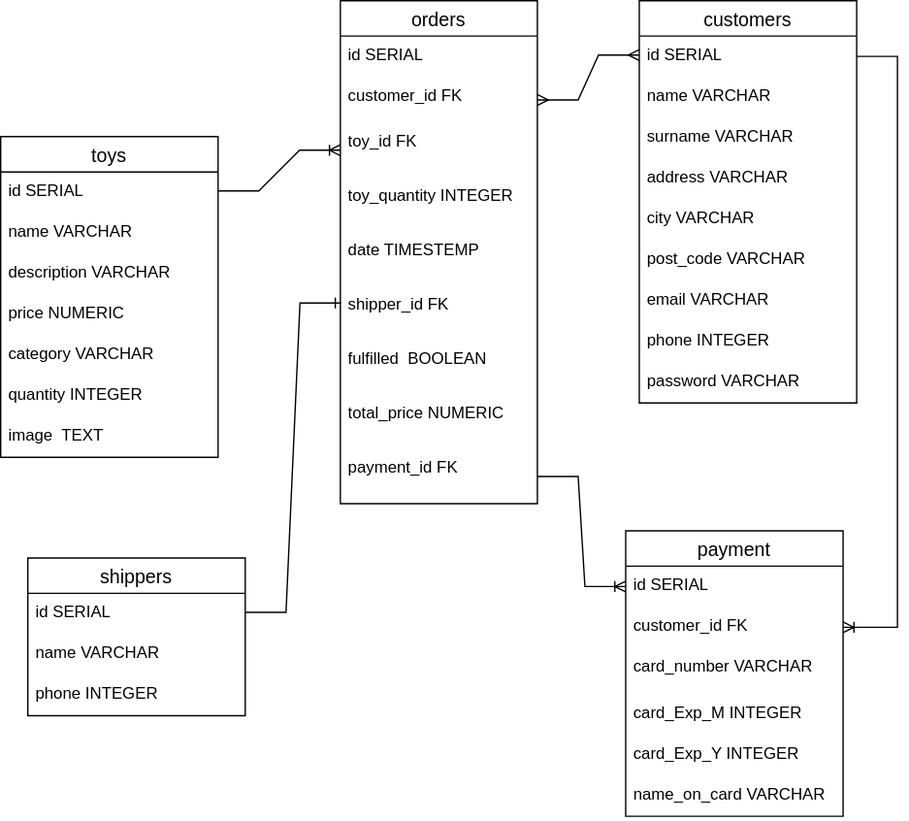
Earlier version of the draw.io export db/db_schema.svg (OlgaNas/e-commerce). Source tidied: cells renumbered, new cells last; positions are measured from the earlier drawing's top-left corner, leaving out a move shared by most shapes.
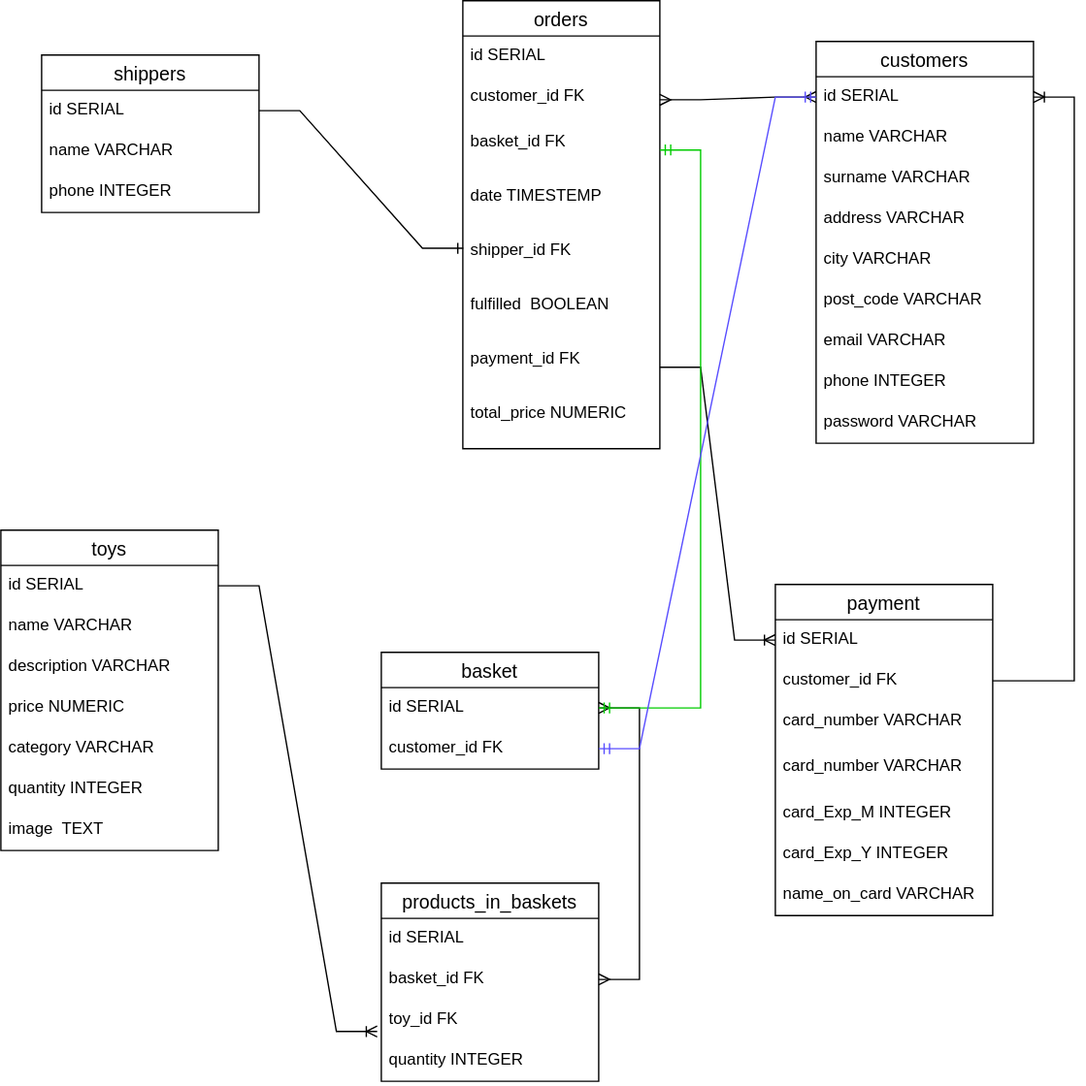
The same file after the commit.

Commit message:
Update db_schema, added controller and routes

The edit, as a diff of the source:
```diff
@@ -3,7 +3,7 @@
     <mxCell id="0" />
     <mxCell id="1" parent="0" />
     <mxCell id="2" value="toys" style="swimlane;fontStyle=0;horizontal=1;startSize=26;align=center;fontSize=14;" parent="1" vertex="1">
-      <mxGeometry y="100" width="160" height="236" as="geometry" />
+      <mxGeometry x="-90" y="390" width="160" height="236" as="geometry" />
     </mxCell>
     <mxCell id="3" value="id SERIAL" style="text;strokeColor=none;fillColor=none;spacingLeft=4;spacingRight=4;overflow=hidden;points=[[0,0.5],[1,0.5]];portConstraint=eastwest;fontSize=12;whiteSpace=wrap;html=1;" parent="2" vertex="1">
       <mxGeometry y="26" width="160" height="30" as="geometry" />
@@ -27,7 +27,7 @@
       <mxGeometry y="206" width="160" height="30" as="geometry" />
     </mxCell>
     <mxCell id="10" value="orders" style="swimlane;fontStyle=0;horizontal=1;startSize=26;align=center;fontSize=14;" parent="1" vertex="1">
-      <mxGeometry x="250" width="145" height="370" as="geometry" />
+      <mxGeometry x="250" width="145" height="330" as="geometry" />
     </mxCell>
     <mxCell id="11" value="id SERIAL" style="text;strokeColor=none;fillColor=none;spacingLeft=4;spacingRight=4;overflow=hidden;fontSize=12;whiteSpace=wrap;html=1;" parent="10" vertex="1">
       <mxGeometry y="26" width="145" height="30" as="geometry" />
@@ -35,40 +35,26 @@
     <mxCell id="12" value="customer_id FK" style="text;strokeColor=none;fillColor=none;spacingLeft=4;spacingRight=4;overflow=hidden;points=[[0,0.5],[1,0.5]];portConstraint=eastwest;fontSize=12;whiteSpace=wrap;html=1;" parent="10" vertex="1">
       <mxGeometry y="56" width="145" height="34" as="geometry" />
     </mxCell>
-    <mxCell id="13" value="toy_id FK" style="text;strokeColor=none;fillColor=none;spacingLeft=4;spacingRight=4;overflow=hidden;points=[[0,0.5],[1,0.5]];portConstraint=eastwest;fontSize=12;whiteSpace=wrap;html=1;" parent="10" vertex="1">
+    <mxCell id="13" value="basket_id FK" style="text;strokeColor=none;fillColor=none;spacingLeft=4;spacingRight=4;overflow=hidden;points=[[0,0.5],[1,0.5]];portConstraint=eastwest;fontSize=12;whiteSpace=wrap;html=1;" parent="10" vertex="1">
       <mxGeometry y="90" width="145" height="40" as="geometry" />
     </mxCell>
-    <mxCell id="14" value="toy_quantity INTEGER" style="text;strokeColor=none;fillColor=none;spacingLeft=4;spacingRight=4;overflow=hidden;fontSize=12;whiteSpace=wrap;html=1;" parent="10" vertex="1">
-      <mxGeometry y="130" width="145" height="40" as="geometry" />
-    </mxCell>
     <mxCell id="15" value="date TIMESTEMP" style="text;strokeColor=none;fillColor=none;spacingLeft=4;spacingRight=4;overflow=hidden;fontSize=12;whiteSpace=wrap;html=1;" parent="10" vertex="1">
-      <mxGeometry y="170" width="145" height="40" as="geometry" />
+      <mxGeometry y="130" width="145" height="40" as="geometry" />
     </mxCell>
     <mxCell id="16" value="shipper_id FK" style="text;strokeColor=none;fillColor=none;spacingLeft=4;spacingRight=4;overflow=hidden;points=[[0,0.5],[1,0.5]];portConstraint=eastwest;fontSize=12;whiteSpace=wrap;html=1;" parent="10" vertex="1">
-      <mxGeometry y="210" width="145" height="40" as="geometry" />
+      <mxGeometry y="170" width="145" height="40" as="geometry" />
     </mxCell>
     <mxCell id="17" value="fulfilled&amp;nbsp; BOOLEAN" style="text;strokeColor=none;fillColor=none;spacingLeft=4;spacingRight=4;overflow=hidden;fontSize=12;whiteSpace=wrap;html=1;" parent="10" vertex="1">
-      <mxGeometry y="250" width="145" height="40" as="geometry" />
+      <mxGeometry y="210" width="145" height="40" as="geometry" />
     </mxCell>
+    <mxCell id="19" value="payment_id FK" style="text;strokeColor=none;fillColor=none;spacingLeft=4;spacingRight=4;overflow=hidden;points=[[0,0.5],[1,0.5]];portConstraint=eastwest;fontSize=12;whiteSpace=wrap;html=1;" parent="10" vertex="1">
+      <mxGeometry y="250" width="145" height="40" as="geometry" />
+    </mxCell>
     <mxCell id="18" value="total_price NUMERIC" style="text;strokeColor=none;fillColor=none;spacingLeft=4;spacingRight=4;overflow=hidden;fontSize=12;whiteSpace=wrap;html=1;" parent="10" vertex="1">
       <mxGeometry y="290" width="145" height="40" as="geometry" />
     </mxCell>
-    <mxCell id="19" value="payment_id FK" style="text;strokeColor=none;fillColor=none;spacingLeft=4;spacingRight=4;overflow=hidden;points=[[0,0.5],[1,0.5]];portConstraint=eastwest;fontSize=12;whiteSpace=wrap;html=1;" parent="10" vertex="1">
-      <mxGeometry y="330" width="145" height="40" as="geometry" />
-    </mxCell>
-    <mxCell id="20" style="edgeStyle=entityRelationEdgeStyle;fontSize=12;html=1;endArrow=ERoneToMany;rounded=0;" parent="1" edge="1" target="13">
-      <mxGeometry relative="1" as="geometry">
-        <mxPoint x="160" y="140" as="sourcePoint" />
-        <Array as="points">
-          <mxPoint x="190" y="230" />
-          <mxPoint x="220" y="160" />
-          <mxPoint x="210" y="230" />
-          <mxPoint x="200" y="210" />
-        </Array>
-      </mxGeometry>
-    </mxCell>
     <mxCell id="21" value="shippers" style="swimlane;fontStyle=0;horizontal=1;startSize=26;align=center;fontSize=14;" parent="1" vertex="1">
-      <mxGeometry x="20" y="410" width="160" height="116" as="geometry" />
+      <mxGeometry x="-60" y="40" width="160" height="116" as="geometry" />
     </mxCell>
     <mxCell id="22" value="id SERIAL" style="text;strokeColor=none;fillColor=none;spacingLeft=4;spacingRight=4;overflow=hidden;points=[[0,0.5],[1,0.5]];portConstraint=eastwest;fontSize=12;whiteSpace=wrap;html=1;" parent="21" vertex="1">
       <mxGeometry y="26" width="160" height="30" as="geometry" />
@@ -79,13 +65,11 @@
     <mxCell id="24" value="phone INTEGER" style="text;strokeColor=none;fillColor=none;spacingLeft=4;spacingRight=4;overflow=hidden;fontSize=12;whiteSpace=wrap;html=1;" parent="21" vertex="1">
       <mxGeometry y="86" width="160" height="30" as="geometry" />
     </mxCell>
-    <mxCell id="25" style="edgeStyle=entityRelationEdgeStyle;fontSize=12;html=1;endArrow=ERone;endFill=1;rounded=0;entryX=0.002;entryY=0.31;entryDx=0;entryDy=0;entryPerimeter=0;" parent="1" edge="1" target="16">
-      <mxGeometry relative="1" as="geometry">
-        <mxPoint x="180" y="450" as="sourcePoint" />
-      </mxGeometry>
+    <mxCell id="25" style="edgeStyle=entityRelationEdgeStyle;fontSize=12;html=1;endArrow=ERone;endFill=1;rounded=0;entryX=0.002;entryY=0.31;entryDx=0;entryDy=0;entryPerimeter=0;" parent="1" edge="1" source="22" target="16">
+      <mxGeometry relative="1" as="geometry" />
     </mxCell>
     <mxCell id="26" value="customers" style="swimlane;fontStyle=0;horizontal=1;startSize=26;align=center;fontSize=14;" parent="1" vertex="1">
-      <mxGeometry x="470" width="160" height="296" as="geometry" />
+      <mxGeometry x="510" y="30" width="160" height="296" as="geometry" />
     </mxCell>
     <mxCell id="27" value="id SERIAL" style="text;strokeColor=none;fillColor=none;spacingLeft=4;spacingRight=4;overflow=hidden;points=[[0,0.5],[1,0.5]];portConstraint=eastwest;fontSize=12;whiteSpace=wrap;html=1;" parent="26" vertex="1">
       <mxGeometry y="26" width="160" height="30" as="geometry" />
@@ -114,16 +98,14 @@
     <mxCell id="35" value="password VARCHAR" style="text;strokeColor=none;fillColor=none;spacingLeft=4;spacingRight=4;overflow=hidden;fontSize=12;whiteSpace=wrap;html=1;" parent="26" vertex="1">
       <mxGeometry y="266" width="160" height="30" as="geometry" />
     </mxCell>
-    <mxCell id="36" style="edgeStyle=entityRelationEdgeStyle;fontSize=12;html=1;endArrow=ERmany;startArrow=ERmany;rounded=0;exitX=1;exitY=0.5;exitDx=0;exitDy=0;" parent="1" edge="1" source="12">
-      <mxGeometry relative="1" as="geometry">
-        <mxPoint x="470" y="40" as="targetPoint" />
-      </mxGeometry>
+    <mxCell id="36" style="edgeStyle=entityRelationEdgeStyle;fontSize=12;html=1;endArrow=ERmany;startArrow=ERmany;rounded=0;exitX=1;exitY=0.5;exitDx=0;exitDy=0;" parent="1" edge="1" source="12" target="27">
+      <mxGeometry relative="1" as="geometry" />
     </mxCell>
     <mxCell id="37" style="edgeStyle=orthogonalEdgeStyle;rounded=0;orthogonalLoop=1;jettySize=auto;html=1;exitX=1;exitY=0;exitDx=0;exitDy=0;entryX=1;entryY=0;entryDx=0;entryDy=0;" parent="1" edge="1" source="38" target="38">
       <mxGeometry relative="1" as="geometry" />
     </mxCell>
     <mxCell id="38" value="payment" style="swimlane;fontStyle=0;horizontal=1;startSize=26;align=center;fontSize=14;" parent="1" vertex="1">
-      <mxGeometry x="460" y="390" width="160" height="210" as="geometry" />
+      <mxGeometry x="480" y="430" width="160" height="244" as="geometry" />
     </mxCell>
     <mxCell id="39" value="id SERIAL" style="text;strokeColor=none;fillColor=none;spacingLeft=4;spacingRight=4;overflow=hidden;points=[[0,0.5],[1,0.5]];portConstraint=eastwest;fontSize=12;whiteSpace=wrap;html=1;" parent="38" vertex="1">
       <mxGeometry y="26" width="160" height="30" as="geometry" />
@@ -134,20 +116,73 @@
     <mxCell id="41" value="card_number VARCHAR" style="text;strokeColor=none;fillColor=none;spacingLeft=4;spacingRight=4;overflow=hidden;fontSize=12;whiteSpace=wrap;html=1;" parent="38" vertex="1">
       <mxGeometry y="86" width="160" height="34" as="geometry" />
     </mxCell>
+    <mxCell id="47" value="card_number VARCHAR" style="text;strokeColor=none;fillColor=none;spacingLeft=4;spacingRight=4;overflow=hidden;fontSize=12;whiteSpace=wrap;html=1;" parent="38" vertex="1">
+      <mxGeometry y="120" width="160" height="34" as="geometry" />
+    </mxCell>
     <mxCell id="42" value="card_Exp_M INTEGER" style="text;strokeColor=none;fillColor=none;spacingLeft=4;spacingRight=4;overflow=hidden;fontSize=12;whiteSpace=wrap;html=1;" parent="38" vertex="1">
-      <mxGeometry y="120" width="160" height="30" as="geometry" />
+      <mxGeometry y="154" width="160" height="30" as="geometry" />
     </mxCell>
     <mxCell id="43" value="card_Exp_Y INTEGER" style="text;strokeColor=none;fillColor=none;spacingLeft=4;spacingRight=4;overflow=hidden;fontSize=12;whiteSpace=wrap;html=1;" parent="38" vertex="1">
-      <mxGeometry y="150" width="160" height="30" as="geometry" />
+      <mxGeometry y="184" width="160" height="30" as="geometry" />
     </mxCell>
     <mxCell id="44" value="name_on_card VARCHAR" style="text;strokeColor=none;fillColor=none;spacingLeft=4;spacingRight=4;overflow=hidden;fontSize=12;whiteSpace=wrap;html=1;" parent="38" vertex="1">
-      <mxGeometry y="180" width="160" height="30" as="geometry" />
+      <mxGeometry y="214" width="160" height="30" as="geometry" />
     </mxCell>
     <mxCell id="45" style="edgeStyle=entityRelationEdgeStyle;fontSize=12;html=1;endArrow=ERoneToMany;rounded=0;" parent="1" edge="1" source="19" target="39">
       <mxGeometry relative="1" as="geometry" />
     </mxCell>
-    <mxCell id="46" style="edgeStyle=entityRelationEdgeStyle;fontSize=12;html=1;endArrow=ERoneToMany;rounded=0;entryX=1;entryY=0.5;entryDx=0;entryDy=0;" parent="1" edge="1" source="27" target="40">
-      <mxGeometry relative="1" as="geometry" />
-    </mxCell>
+    <mxCell id="48" value="basket" style="swimlane;fontStyle=0;horizontal=1;startSize=26;align=center;fontSize=14;" parent="1" vertex="1">
+      <mxGeometry x="190" y="480" width="160" height="86" as="geometry" />
+    </mxCell>
+    <mxCell id="49" value="id SERIAL" style="text;strokeColor=none;fillColor=none;spacingLeft=4;spacingRight=4;overflow=hidden;points=[[0,0.5],[1,0.5]];portConstraint=eastwest;fontSize=12;whiteSpace=wrap;html=1;" parent="48" vertex="1">
+      <mxGeometry y="26" width="160" height="30" as="geometry" />
+    </mxCell>
+    <mxCell id="50" style="edgeStyle=entityRelationEdgeStyle;fontSize=12;html=1;endArrow=ERmany;startArrow=ERmany;rounded=0;" parent="48" edge="1" source="49" target="54">
+      <mxGeometry relative="1" as="geometry">
+        <Array as="points">
+          <mxPoint x="-20" y="100" />
+          <mxPoint x="70" y="110" />
+        </Array>
+      </mxGeometry>
+    </mxCell>
+    <mxCell id="51" value="customer_id FK" style="text;strokeColor=none;fillColor=none;spacingLeft=4;spacingRight=4;overflow=hidden;points=[[0,0.5],[1,0.5]];portConstraint=eastwest;fontSize=12;whiteSpace=wrap;html=1;" parent="48" vertex="1">
+      <mxGeometry y="56" width="160" height="30" as="geometry" />
+    </mxCell>
+    <mxCell id="52" value="products_in_baskets" style="swimlane;fontStyle=0;horizontal=1;startSize=26;align=center;fontSize=14;" parent="1" vertex="1">
+      <mxGeometry x="190" y="650" width="160" height="146" as="geometry" />
+    </mxCell>
+    <mxCell id="53" value="id SERIAL" style="text;strokeColor=none;fillColor=none;spacingLeft=4;spacingRight=4;overflow=hidden;fontSize=12;whiteSpace=wrap;html=1;" parent="52" vertex="1">
+      <mxGeometry y="26" width="160" height="30" as="geometry" />
+    </mxCell>
+    <mxCell id="54" value="basket_id FK" style="text;strokeColor=none;fillColor=none;spacingLeft=4;spacingRight=4;overflow=hidden;points=[[0,0.5],[1,0.5]];portConstraint=eastwest;fontSize=12;whiteSpace=wrap;html=1;" parent="52" vertex="1">
+      <mxGeometry y="56" width="160" height="30" as="geometry" />
+    </mxCell>
+    <mxCell id="55" value="toy_id FK" style="text;strokeColor=none;fillColor=none;spacingLeft=4;spacingRight=4;overflow=hidden;points=[[0,0.5],[1,0.5]];portConstraint=eastwest;fontSize=12;whiteSpace=wrap;html=1;" parent="52" vertex="1">
+      <mxGeometry y="86" width="160" height="30" as="geometry" />
+    </mxCell>
+    <mxCell id="56" value="quantity INTEGER" style="text;strokeColor=none;fillColor=none;spacingLeft=4;spacingRight=4;overflow=hidden;fontSize=12;whiteSpace=wrap;html=1;" parent="52" vertex="1">
+      <mxGeometry y="116" width="160" height="30" as="geometry" />
+    </mxCell>
+    <mxCell id="57" style="edgeStyle=entityRelationEdgeStyle;fontSize=12;html=1;endArrow=ERoneToMany;rounded=0;entryX=-0.019;entryY=0.779;entryDx=0;entryDy=0;entryPerimeter=0;" parent="1" edge="1" source="3" target="55">
+      <mxGeometry relative="1" as="geometry">
+        <Array as="points">
+          <mxPoint x="-63" y="580" />
+        </Array>
+      </mxGeometry>
+    </mxCell>
+    <mxCell id="58" style="edgeStyle=entityRelationEdgeStyle;fontSize=12;html=1;endArrow=ERoneToMany;rounded=0;" parent="1" edge="1" source="40" target="27">
+      <mxGeometry relative="1" as="geometry">
+        <Array as="points">
+          <mxPoint x="670" y="360" />
+          <mxPoint x="680" y="270" />
+        </Array>
+      </mxGeometry>
+    </mxCell>
+    <mxCell id="59" style="edgeStyle=entityRelationEdgeStyle;fontSize=12;html=1;endArrow=ERmandOne;startArrow=ERmandOne;rounded=0;strokeColor=#00CC00;" parent="1" edge="1" source="49" target="13">
+      <mxGeometry relative="1" as="geometry" />
+    </mxCell>
+    <mxCell id="60" style="edgeStyle=entityRelationEdgeStyle;fontSize=12;html=1;endArrow=ERmandOne;startArrow=ERmandOne;rounded=0;exitX=1;exitY=0.5;exitDx=0;exitDy=0;strokeColor=#584DFF;" parent="1" edge="1" source="51" target="27">
+      <mxGeometry relative="1" as="geometry" />
+    </mxCell>
   </root>
 </mxGraphModel>
```
